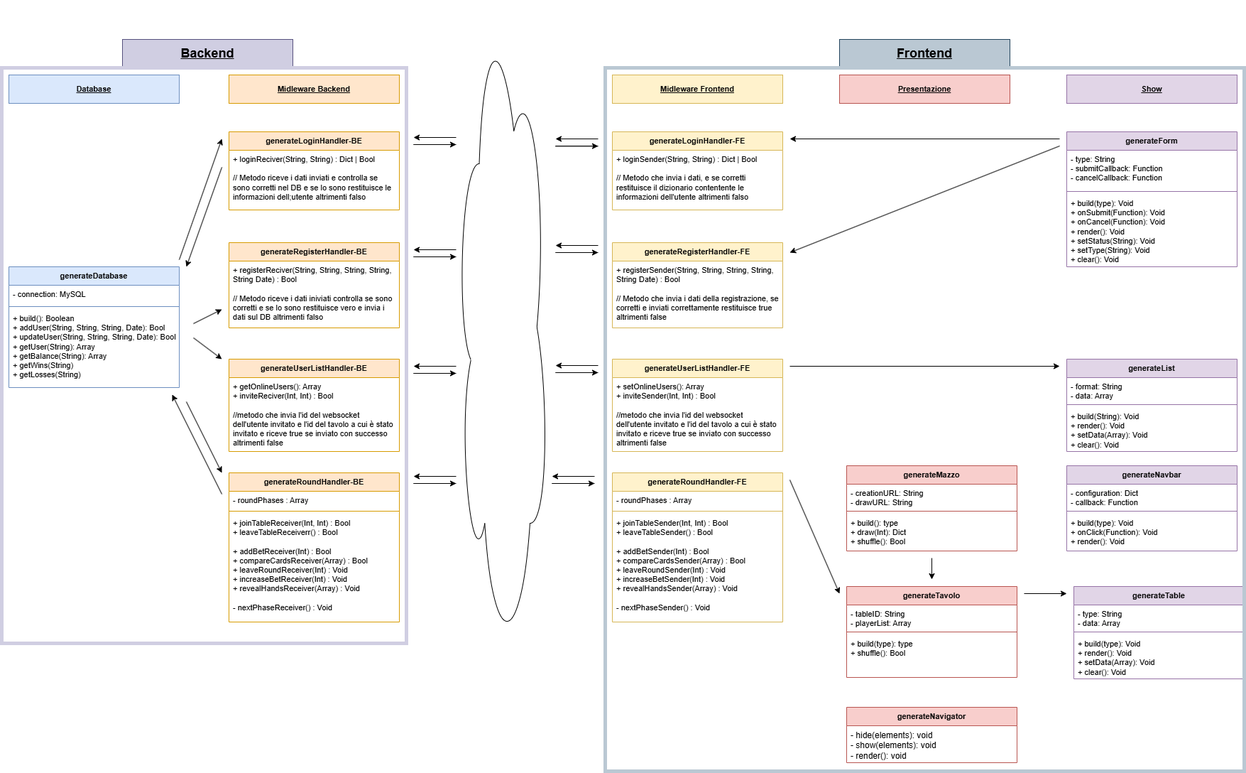
Before: doc/assets/images/UML_Componenti_Poker.drawio.png, a diagram exported from draw.io (AndreaFalcone1/5C_BrambillaCicoriaDongFalcone_Poker-One). Source tidied: cells renumbered, new cells last; positions are measured from the earlier drawing's top-left corner, leaving out a move shared by most shapes.
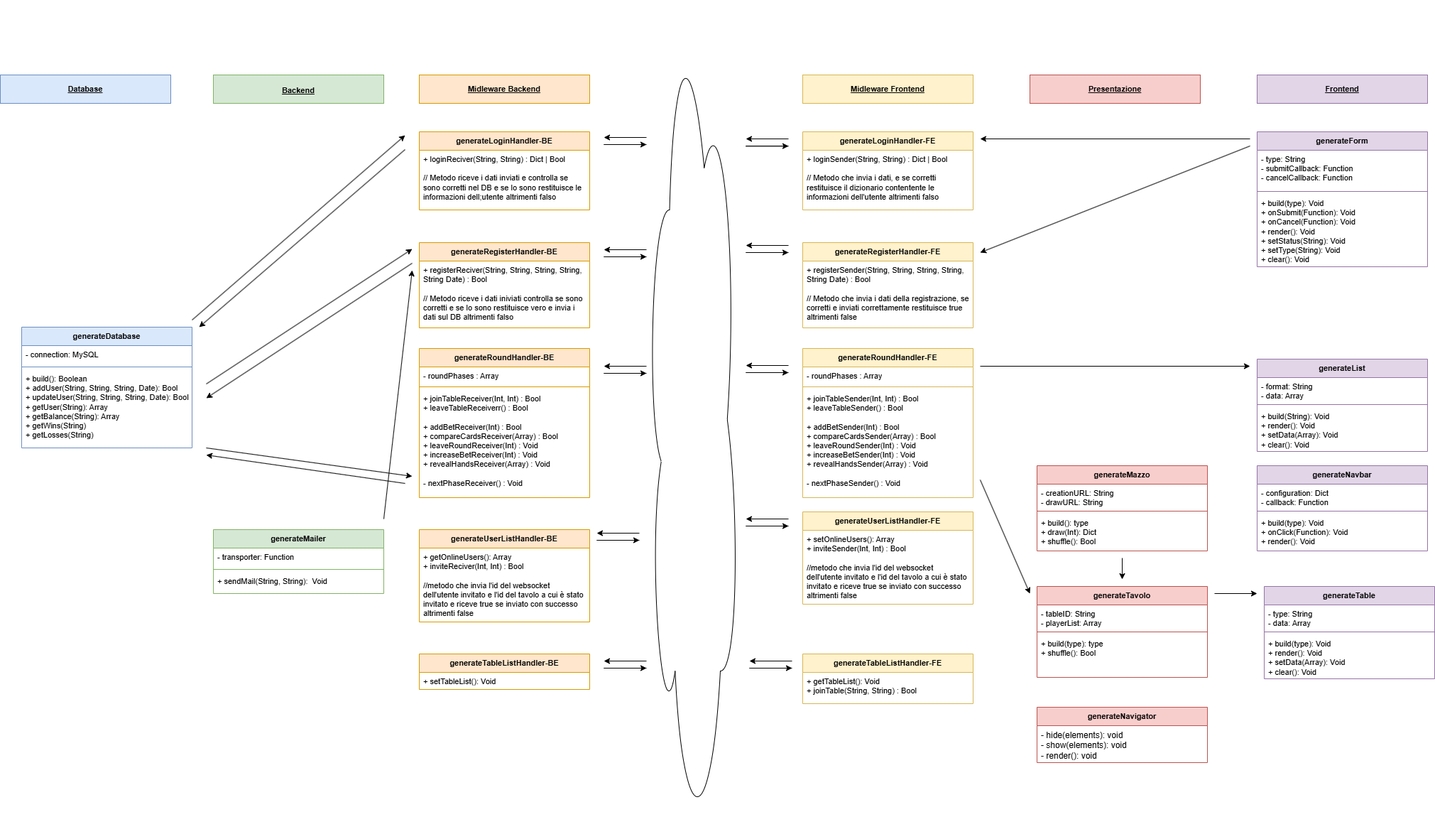
Above is the later version.

Commit message:
Nuovo uml componenti

The edit, as a diff of the source:
```diff
@@ -3,7 +3,7 @@
     <mxCell id="0" />
     <mxCell id="1" parent="0" />
     <mxCell id="2" value="&lt;u&gt;&lt;b&gt;Database&lt;/b&gt;&lt;/u&gt;" style="text;html=1;align=center;verticalAlign=middle;whiteSpace=wrap;rounded=0;fillColor=#dae8fc;strokeColor=#6c8ebf;fontSize=11;" parent="1" vertex="1">
-      <mxGeometry x="10" y="105" width="240" height="40" as="geometry" />
+      <mxGeometry x="-270" y="105" width="240" height="40" as="geometry" />
     </mxCell>
     <mxCell id="3" value="&lt;b&gt;&lt;u&gt;Midleware Backend&lt;/u&gt;&lt;/b&gt;" style="text;html=1;align=center;verticalAlign=middle;whiteSpace=wrap;rounded=0;fillColor=#ffe6cc;strokeColor=#d79b00;fontSize=11;" parent="1" vertex="1">
       <mxGeometry x="320" y="105" width="240" height="40" as="geometry" />
@@ -14,7 +14,7 @@
     <mxCell id="5" value="&lt;b&gt;&lt;u&gt;Presentazione&lt;/u&gt;&lt;/b&gt;" style="text;html=1;align=center;verticalAlign=middle;whiteSpace=wrap;rounded=0;fillColor=#f8cecc;strokeColor=#b85450;fontSize=11;" parent="1" vertex="1">
       <mxGeometry x="1180" y="105" width="240" height="40" as="geometry" />
     </mxCell>
-    <mxCell id="6" value="&lt;b&gt;&lt;u&gt;Show&lt;/u&gt;&lt;/b&gt;" style="text;html=1;align=center;verticalAlign=middle;whiteSpace=wrap;rounded=0;fillColor=#e1d5e7;strokeColor=#9673a6;fontSize=11;" parent="1" vertex="1">
+    <mxCell id="6" value="&lt;b&gt;&lt;u&gt;Frontend&lt;/u&gt;&lt;/b&gt;" style="text;html=1;align=center;verticalAlign=middle;whiteSpace=wrap;rounded=0;fillColor=#e1d5e7;strokeColor=#9673a6;fontSize=11;" parent="1" vertex="1">
       <mxGeometry x="1500" y="105" width="240" height="40" as="geometry" />
     </mxCell>
     <mxCell id="7" value="generateMazzo" style="swimlane;fontStyle=1;align=center;verticalAlign=top;horizontal=1;startSize=26;whiteSpace=wrap;html=1;fillColor=#f8cecc;strokeColor=#b85450;fontSize=11;" parent="1" vertex="1">
@@ -66,7 +66,7 @@
       <mxGeometry y="68" width="240" height="62" as="geometry" />
     </mxCell>
     <mxCell id="23" value="generateDatabase" style="swimlane;fontStyle=1;align=center;verticalAlign=top;horizontal=1;startSize=26;whiteSpace=wrap;html=1;fillColor=#dae8fc;strokeColor=#6c8ebf;fontSize=11;" parent="1" vertex="1">
-      <mxGeometry x="10" y="375" width="240" height="170" as="geometry" />
+      <mxGeometry x="-240" y="460" width="240" height="170" as="geometry" />
     </mxCell>
     <mxCell id="24" value="- connection: MySQL" style="text;strokeColor=none;fillColor=none;align=left;verticalAlign=top;spacingLeft=4;spacingRight=4;overflow=hidden;whiteSpace=wrap;html=1;fontSize=11;" parent="23" vertex="1">
       <mxGeometry y="26" width="240" height="26" as="geometry" />
@@ -114,7 +114,7 @@
       <mxGeometry y="26" width="240" height="94" as="geometry" />
     </mxCell>
     <mxCell id="39" value="generateUserListHandler-FE" style="swimlane;fontStyle=1;align=center;verticalAlign=top;horizontal=1;startSize=26;whiteSpace=wrap;html=1;fillColor=#fff2cc;strokeColor=#d6b656;fontSize=11;" parent="1" vertex="1">
-      <mxGeometry x="860" y="505" width="240" height="130" as="geometry" />
+      <mxGeometry x="860" y="720" width="240" height="130" as="geometry" />
     </mxCell>
     <mxCell id="40" value="&lt;div&gt;+ setOnlineUsers(): Array&lt;/div&gt;+ inviteSender(Int, Int) : Bool&lt;br&gt;&lt;div&gt;&lt;br&gt;&lt;/div&gt;&lt;div&gt;//metodo che invia l'id del websocket dell'utente invitato e l'id del tavolo a cui è stato invitato e riceve true se inviato con successo altrimenti false&lt;/div&gt;" style="text;strokeColor=none;fillColor=none;align=left;verticalAlign=top;spacingLeft=4;spacingRight=4;overflow=hidden;whiteSpace=wrap;html=1;fontSize=11;" parent="39" vertex="1">
       <mxGeometry y="26" width="240" height="104" as="geometry" />
@@ -132,13 +132,13 @@
       <mxGeometry y="26" width="240" height="94" as="geometry" />
     </mxCell>
     <mxCell id="45" value="generateUserListHandler-BE" style="swimlane;fontStyle=1;align=center;verticalAlign=top;horizontal=1;startSize=26;whiteSpace=wrap;html=1;fillColor=#ffe6cc;strokeColor=#d79b00;fontSize=11;" parent="1" vertex="1">
-      <mxGeometry x="320" y="505" width="240" height="130" as="geometry" />
+      <mxGeometry x="320" y="745" width="240" height="130" as="geometry" />
     </mxCell>
     <mxCell id="46" value="&lt;div&gt;+ getOnlineUsers(): Array&lt;/div&gt;+ inviteReciver(Int, Int) : Bool&lt;br&gt;&lt;div&gt;&lt;br&gt;&lt;/div&gt;&lt;div&gt;//metodo che invia l'id del websocket dell'utente invitato e l'id del tavolo a cui è stato invitato e riceve true se inviato con successo altrimenti false&lt;/div&gt;" style="text;strokeColor=none;fillColor=none;align=left;verticalAlign=top;spacingLeft=4;spacingRight=4;overflow=hidden;whiteSpace=wrap;html=1;fontSize=11;" parent="45" vertex="1">
       <mxGeometry y="26" width="240" height="104" as="geometry" />
     </mxCell>
     <mxCell id="47" value="generateRoundHandler-FE" style="swimlane;fontStyle=1;align=center;verticalAlign=top;horizontal=1;startSize=26;whiteSpace=wrap;html=1;fillColor=#fff2cc;strokeColor=#d6b656;fontSize=11;" parent="1" vertex="1">
-      <mxGeometry x="860" y="665" width="240" height="210" as="geometry" />
+      <mxGeometry x="860" y="490" width="240" height="210" as="geometry" />
     </mxCell>
     <mxCell id="48" value="- roundPhases : Array" style="text;strokeColor=none;fillColor=none;align=left;verticalAlign=top;spacingLeft=4;spacingRight=4;overflow=hidden;whiteSpace=wrap;html=1;fontSize=11;" parent="47" vertex="1">
       <mxGeometry y="26" width="240" height="24" as="geometry" />
@@ -171,7 +171,7 @@
       </mxGeometry>
     </mxCell>
     <mxCell id="54" style="ellipse;shape=cloud;whiteSpace=wrap;html=1;" parent="1" vertex="1">
-      <mxGeometry x="640" width="130" height="920" as="geometry" />
+      <mxGeometry x="640" width="130" height="1180" as="geometry" />
     </mxCell>
     <mxCell id="55" style="endArrow=classic;html=1;rounded=0;" parent="1" edge="1">
       <mxGeometry relative="1" as="geometry">
@@ -218,31 +218,25 @@
         <mxPoint x="1490" y="515" as="targetPoint" />
       </mxGeometry>
     </mxCell>
-    <mxCell id="63" value="&lt;b&gt;&lt;u&gt;Frontend&lt;/u&gt;&lt;/b&gt;" style="text;html=1;align=center;verticalAlign=middle;whiteSpace=wrap;rounded=0;fillColor=#BAC8D3;strokeColor=#23445d;fontSize=18;" parent="1" vertex="1">
-      <mxGeometry x="1180" y="55" width="240" height="40" as="geometry" />
-    </mxCell>
-    <mxCell id="64" value="&lt;b&gt;&lt;u&gt;Backend&lt;/u&gt;&lt;/b&gt;" style="text;html=1;align=center;verticalAlign=middle;whiteSpace=wrap;rounded=0;fillColor=#D0CEE2;strokeColor=#56517e;fontSize=18;" parent="1" vertex="1">
-      <mxGeometry x="170" y="55" width="240" height="40" as="geometry" />
+    <mxCell id="64" value="&lt;u style=&quot;&quot;&gt;&lt;font style=&quot;font-size: 11px;&quot;&gt;Backend&lt;/font&gt;&lt;/u&gt;" style="text;html=1;align=center;verticalAlign=middle;whiteSpace=wrap;rounded=0;fillColor=#d5e8d4;strokeColor=#82b366;fontSize=18;fontStyle=1;" parent="1" vertex="1">
+      <mxGeometry x="30" y="105" width="240" height="40" as="geometry" />
     </mxCell>
-    <mxCell id="65" style="rounded=0;whiteSpace=wrap;html=1;fillColor=none;strokeWidth=5;strokeColor=#D0CEE2;" parent="1" vertex="1">
-      <mxGeometry y="95" width="570" height="810" as="geometry" />
-    </mxCell>
     <mxCell id="66" style="endArrow=classic;html=1;rounded=0;" parent="1" edge="1">
       <mxGeometry relative="1" as="geometry">
-        <mxPoint x="250" y="365" as="sourcePoint" />
-        <mxPoint x="310" y="195" as="targetPoint" />
+        <mxPoint y="450" as="sourcePoint" />
+        <mxPoint x="300" y="190" as="targetPoint" />
       </mxGeometry>
     </mxCell>
     <mxCell id="67" style="endArrow=classic;html=1;rounded=0;" parent="1" edge="1">
       <mxGeometry relative="1" as="geometry">
-        <mxPoint x="310" y="235" as="sourcePoint" />
-        <mxPoint x="260" y="375" as="targetPoint" />
+        <mxPoint x="300" y="210" as="sourcePoint" />
+        <mxPoint x="10" y="460" as="targetPoint" />
       </mxGeometry>
     </mxCell>
     <mxCell id="68" style="endArrow=classic;html=1;rounded=0;" parent="1" edge="1">
       <mxGeometry relative="1" as="geometry">
-        <mxPoint x="270" y="455" as="sourcePoint" />
-        <mxPoint x="310" y="435" as="targetPoint" />
+        <mxPoint x="20" y="540" as="sourcePoint" />
+        <mxPoint x="310" y="350" as="targetPoint" />
       </mxGeometry>
     </mxCell>
     <mxCell id="69" style="endArrow=classic;html=1;rounded=0;" parent="1" edge="1">
@@ -253,20 +247,20 @@
     </mxCell>
     <mxCell id="70" style="endArrow=classic;html=1;rounded=0;" parent="1" edge="1">
       <mxGeometry relative="1" as="geometry">
-        <mxPoint x="270" y="475" as="sourcePoint" />
-        <mxPoint x="310" y="505" as="targetPoint" />
+        <mxPoint x="310" y="370" as="sourcePoint" />
+        <mxPoint x="20" y="560" as="targetPoint" />
       </mxGeometry>
     </mxCell>
     <mxCell id="71" style="endArrow=classic;html=1;rounded=0;" parent="1" edge="1">
       <mxGeometry relative="1" as="geometry">
-        <mxPoint x="310" y="695" as="sourcePoint" />
-        <mxPoint x="240" y="555" as="targetPoint" />
+        <mxPoint x="300" y="680" as="sourcePoint" />
+        <mxPoint x="20" y="640" as="targetPoint" />
       </mxGeometry>
     </mxCell>
     <mxCell id="72" style="endArrow=classic;html=1;rounded=0;" parent="1" edge="1">
       <mxGeometry relative="1" as="geometry">
-        <mxPoint x="260" y="565" as="sourcePoint" />
-        <mxPoint x="310" y="665" as="targetPoint" />
+        <mxPoint x="20" y="630" as="sourcePoint" />
+        <mxPoint x="310" y="670" as="targetPoint" />
       </mxGeometry>
     </mxCell>
     <mxCell id="73" style="endArrow=classic;html=1;rounded=0;" parent="1" edge="1">
@@ -331,36 +325,36 @@
     </mxCell>
     <mxCell id="81" style="endArrow=classic;html=1;rounded=0;" parent="1" edge="1">
       <mxGeometry relative="1" as="geometry">
-        <mxPoint x="640" y="670" as="sourcePoint" />
-        <mxPoint x="580" y="670" as="targetPoint" />
+        <mxPoint x="630" y="750" as="sourcePoint" />
+        <mxPoint x="570" y="750" as="targetPoint" />
       </mxGeometry>
     </mxCell>
     <mxCell id="82" style="endArrow=classic;html=1;rounded=0;" parent="1" edge="1">
       <mxGeometry relative="1" as="geometry">
-        <mxPoint x="640" y="680" as="sourcePoint" />
-        <mxPoint x="640" y="680" as="targetPoint" />
+        <mxPoint x="630" y="760" as="sourcePoint" />
+        <mxPoint x="630" y="760" as="targetPoint" />
         <Array as="points">
-          <mxPoint x="580" y="680" />
+          <mxPoint x="570" y="760" />
         </Array>
       </mxGeometry>
     </mxCell>
     <mxCell id="83" style="endArrow=classic;html=1;rounded=0;" parent="1" edge="1">
       <mxGeometry relative="1" as="geometry">
-        <mxPoint x="835" y="670" as="sourcePoint" />
-        <mxPoint x="775" y="670" as="targetPoint" />
+        <mxPoint x="840" y="730" as="sourcePoint" />
+        <mxPoint x="780" y="730" as="targetPoint" />
       </mxGeometry>
     </mxCell>
     <mxCell id="84" style="endArrow=classic;html=1;rounded=0;" parent="1" edge="1">
       <mxGeometry relative="1" as="geometry">
-        <mxPoint x="835" y="680" as="sourcePoint" />
-        <mxPoint x="835" y="680" as="targetPoint" />
+        <mxPoint x="840" y="740" as="sourcePoint" />
+        <mxPoint x="840" y="740" as="targetPoint" />
         <Array as="points">
-          <mxPoint x="775" y="680" />
+          <mxPoint x="780" y="740" />
         </Array>
       </mxGeometry>
     </mxCell>
     <mxCell id="85" value="generateRoundHandler-BE" style="swimlane;fontStyle=1;align=center;verticalAlign=top;horizontal=1;startSize=26;whiteSpace=wrap;html=1;fillColor=#ffe6cc;strokeColor=#d79b00;fontSize=11;" parent="1" vertex="1">
-      <mxGeometry x="320" y="665" width="240" height="210" as="geometry" />
+      <mxGeometry x="320" y="490" width="240" height="210" as="geometry" />
     </mxCell>
     <mxCell id="86" value="- roundPhases : Array" style="text;strokeColor=none;fillColor=none;align=left;verticalAlign=top;spacingLeft=4;spacingRight=4;overflow=hidden;whiteSpace=wrap;html=1;fontSize=11;" parent="85" vertex="1">
       <mxGeometry y="26" width="240" height="24" as="geometry" />
@@ -371,8 +365,65 @@
     <mxCell id="88" value="+ joinTableReceiver(Int, Int) : Bool&lt;div&gt;+ leaveTable&lt;span style=&quot;background-color: transparent; color: light-dark(rgb(0, 0, 0), rgb(255, 255, 255));&quot;&gt;Receiver&lt;/span&gt;&lt;span style=&quot;background-color: transparent; color: light-dark(rgb(0, 0, 0), rgb(255, 255, 255));&quot;&gt;r() : Bool&lt;/span&gt;&lt;/div&gt;&lt;div&gt;&lt;br&gt;&lt;/div&gt;&lt;div&gt;+ addBetReceiver(Int) : Bool&lt;/div&gt;&lt;div&gt;+ compareCardsReceiver&lt;span style=&quot;background-color: transparent; color: light-dark(rgb(0, 0, 0), rgb(255, 255, 255));&quot;&gt;(Array) : Bool&lt;/span&gt;&lt;/div&gt;&lt;div&gt;+ leaveRoundReceiver&lt;span style=&quot;background-color: transparent; color: light-dark(rgb(0, 0, 0), rgb(255, 255, 255));&quot;&gt;(Int&lt;/span&gt;&lt;span style=&quot;background-color: transparent; color: light-dark(rgb(0, 0, 0), rgb(255, 255, 255));&quot;&gt;) : Void&lt;/span&gt;&lt;/div&gt;&lt;div&gt;+ increaseBetReceiver&lt;span style=&quot;background-color: transparent; color: light-dark(rgb(0, 0, 0), rgb(255, 255, 255));&quot;&gt;(Int) : Void&lt;/span&gt;&lt;/div&gt;&lt;div&gt;+ revealHandsReceiver&lt;span style=&quot;background-color: transparent; color: light-dark(rgb(0, 0, 0), rgb(255, 255, 255));&quot;&gt;(Array) : Void&lt;/span&gt;&lt;/div&gt;&lt;div&gt;&lt;br&gt;&lt;/div&gt;&lt;div&gt;- nextPhase&lt;span style=&quot;background-color: transparent; color: light-dark(rgb(0, 0, 0), rgb(255, 255, 255));&quot;&gt;Receiver&lt;/span&gt;&lt;span style=&quot;background-color: transparent; color: light-dark(rgb(0, 0, 0), rgb(255, 255, 255));&quot;&gt;() : Void&lt;/span&gt;&lt;/div&gt;" style="text;strokeColor=none;fillColor=none;align=left;verticalAlign=top;spacingLeft=4;spacingRight=4;overflow=hidden;whiteSpace=wrap;html=1;fontSize=11;" parent="85" vertex="1">
       <mxGeometry y="58" width="240" height="152" as="geometry" />
     </mxCell>
-    <mxCell id="89" style="rounded=0;whiteSpace=wrap;html=1;fillColor=none;strokeColor=#BAC8D3;strokeWidth=5;" parent="1" vertex="1">
-      <mxGeometry x="850" y="95" width="900" height="990" as="geometry" />
-    </mxCell>
+    <mxCell id="90" value="generateTableListHandler-FE" style="swimlane;fontStyle=1;align=center;verticalAlign=top;horizontal=1;startSize=26;whiteSpace=wrap;html=1;fillColor=#fff2cc;strokeColor=#d6b656;fontSize=11;" parent="1" vertex="1">
+      <mxGeometry x="860" y="920" width="240" height="70" as="geometry" />
+    </mxCell>
+    <mxCell id="91" value="&lt;div&gt;+ getTableList(): Void&lt;/div&gt;+ joinTable(String, String) : Bool" style="text;strokeColor=none;fillColor=none;align=left;verticalAlign=top;spacingLeft=4;spacingRight=4;overflow=hidden;whiteSpace=wrap;html=1;fontSize=11;" parent="90" vertex="1">
+      <mxGeometry y="26" width="240" height="44" as="geometry" />
+    </mxCell>
+    <mxCell id="92" value="generateTableListHandler-BE" style="swimlane;fontStyle=1;align=center;verticalAlign=top;horizontal=1;startSize=26;whiteSpace=wrap;html=1;fillColor=#ffe6cc;strokeColor=#d79b00;fontSize=11;" parent="1" vertex="1">
+      <mxGeometry x="320" y="920" width="240" height="50" as="geometry" />
+    </mxCell>
+    <mxCell id="93" value="&lt;div&gt;+ setTableList(): Void&lt;/div&gt;" style="text;strokeColor=none;fillColor=none;align=left;verticalAlign=top;spacingLeft=4;spacingRight=4;overflow=hidden;whiteSpace=wrap;html=1;fontSize=11;" parent="92" vertex="1">
+      <mxGeometry y="26" width="240" height="24" as="geometry" />
+    </mxCell>
+    <mxCell id="94" style="endArrow=classic;html=1;rounded=0;" parent="1" edge="1">
+      <mxGeometry relative="1" as="geometry">
+        <mxPoint x="845" y="930" as="sourcePoint" />
+        <mxPoint x="785" y="930" as="targetPoint" />
+      </mxGeometry>
+    </mxCell>
+    <mxCell id="95" style="endArrow=classic;html=1;rounded=0;" parent="1" edge="1">
+      <mxGeometry relative="1" as="geometry">
+        <mxPoint x="845" y="940" as="sourcePoint" />
+        <mxPoint x="845" y="940" as="targetPoint" />
+        <Array as="points">
+          <mxPoint x="785" y="940" />
+        </Array>
+      </mxGeometry>
+    </mxCell>
+    <mxCell id="96" style="endArrow=classic;html=1;rounded=0;" parent="1" edge="1">
+      <mxGeometry relative="1" as="geometry">
+        <mxPoint x="640" y="930" as="sourcePoint" />
+        <mxPoint x="580" y="930" as="targetPoint" />
+      </mxGeometry>
+    </mxCell>
+    <mxCell id="97" style="endArrow=classic;html=1;rounded=0;" parent="1" edge="1">
+      <mxGeometry relative="1" as="geometry">
+        <mxPoint x="640" y="940" as="sourcePoint" />
+        <mxPoint x="640" y="940" as="targetPoint" />
+        <Array as="points">
+          <mxPoint x="580" y="940" />
+        </Array>
+      </mxGeometry>
+    </mxCell>
+    <mxCell id="98" value="generateMailer" style="swimlane;fontStyle=1;align=center;verticalAlign=top;horizontal=1;startSize=26;whiteSpace=wrap;html=1;fillColor=#d5e8d4;strokeColor=#82b366;fontSize=11;" parent="1" vertex="1">
+      <mxGeometry x="30" y="745" width="240" height="90" as="geometry" />
+    </mxCell>
+    <mxCell id="99" value="- transporter: Function" style="text;strokeColor=none;fillColor=none;align=left;verticalAlign=top;spacingLeft=4;spacingRight=4;overflow=hidden;whiteSpace=wrap;html=1;fontSize=11;" parent="98" vertex="1">
+      <mxGeometry y="26" width="240" height="26" as="geometry" />
+    </mxCell>
+    <mxCell id="100" style="line;strokeWidth=1;fillColor=none;align=left;verticalAlign=middle;spacingTop=-1;spacingLeft=3;spacingRight=3;labelPosition=right;strokeColor=inherit;fontSize=11;" parent="98" vertex="1">
+      <mxGeometry y="52" width="240" height="8" as="geometry" />
+    </mxCell>
+    <mxCell id="101" value="+ sendMail(String, String):&amp;nbsp; Void" style="text;strokeColor=none;fillColor=none;align=left;verticalAlign=top;spacingLeft=4;spacingRight=4;overflow=hidden;whiteSpace=wrap;html=1;fontSize=11;" parent="98" vertex="1">
+      <mxGeometry y="60" width="240" height="30" as="geometry" />
+    </mxCell>
+    <mxCell id="102" style="endArrow=classic;html=1;rounded=0;" parent="1" edge="1">
+      <mxGeometry relative="1" as="geometry">
+        <mxPoint x="270" y="730" as="sourcePoint" />
+        <mxPoint x="310" y="380" as="targetPoint" />
+      </mxGeometry>
+    </mxCell>
   </root>
 </mxGraphModel>
```
